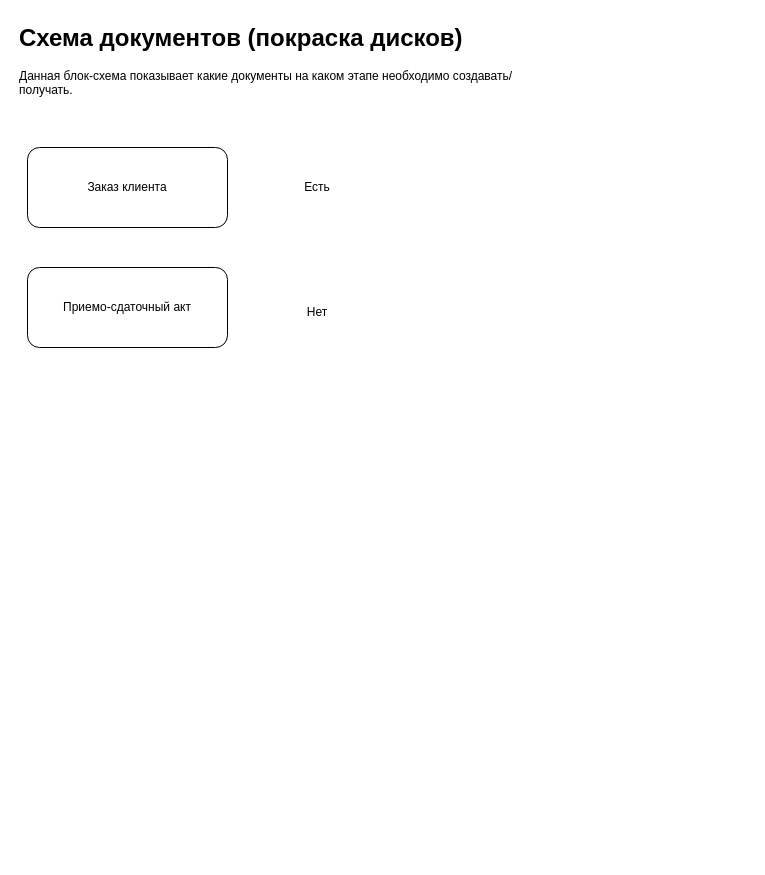
Earlier version of the draw.io diagram Untitled Diagram.drawio (iLimberg/BlackTyres). Source tidied: cells renumbered, new cells numbered last; positions are measured from the earlier drawing's top-left corner, leaving out a move shared by most shapes. Both pictures are drawn from the tidied source at 100%, with x=0, y=0 at pixel (17, 17).
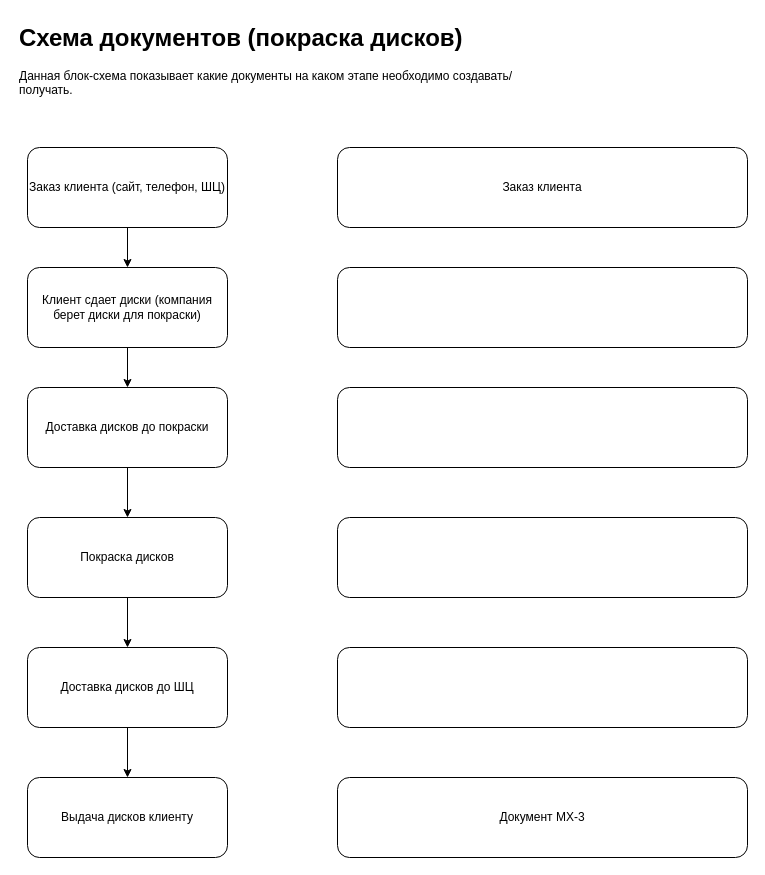
The same diagram, later.

Diff of the diagram source:
```diff
@@
 <mxGraphModel>
   <root>
     <mxCell id="0" />
     <mxCell id="1" parent="0" />
     <mxCell id="2" value="&lt;h1 style=&quot;margin-top: 0px;&quot;&gt;Схема документов (покраска дисков)&lt;/h1&gt;&lt;p&gt;Данная блок-схема показывает какие документы на каком этапе необходимо создавать/получать.&lt;/p&gt;" style="text;html=1;whiteSpace=wrap;overflow=hidden;rounded=0;" parent="1" vertex="1">
       <mxGeometry width="500" height="90" as="geometry" />
     </mxCell>
+    <mxCell id="7" style="edgeStyle=orthogonalEdgeStyle;rounded=0;jettySize=auto;html=1;" parent="1" edge="1" source="3" target="4">
+      <mxGeometry relative="1" as="geometry" />
+    </mxCell>
-    <mxCell id="3" value="Заказ клиента" style="rounded=1;whiteSpace=wrap;html=1;" parent="1" vertex="1">
+    <mxCell id="3" value="Заказ клиента (сайт, телефон, ШЦ)" style="rounded=1;whiteSpace=wrap;html=1;" parent="1" vertex="1">
       <mxGeometry x="10" y="130" width="200" height="80" as="geometry" />
     </mxCell>
+    <mxCell id="8" style="edgeStyle=orthogonalEdgeStyle;rounded=0;jettySize=auto;html=1;" parent="1" edge="1" source="4" target="10">
+      <mxGeometry relative="1" as="geometry" />
+    </mxCell>
-    <mxCell id="4" value="Приемо-сдаточный акт" style="rounded=1;whiteSpace=wrap;html=1;" parent="1" vertex="1">
+    <mxCell id="4" value="Клиент сдает диски (компания берет диски для покраски)" style="rounded=1;whiteSpace=wrap;html=1;" parent="1" vertex="1">
       <mxGeometry x="10" y="250" width="200" height="80" as="geometry" />
     </mxCell>
-    <mxCell id="5" value="Есть" style="text;html=1;align=center;verticalAlign=middle;whiteSpace=wrap;rounded=0;" parent="1" vertex="1">
-      <mxGeometry x="270" y="155" width="60" height="30" as="geometry" />
-    </mxCell>
-    <mxCell id="6" value="Нет" style="text;html=1;align=center;verticalAlign=middle;whiteSpace=wrap;rounded=0;" parent="1" vertex="1">
-      <mxGeometry x="270" y="280" width="60" height="30" as="geometry" />
-    </mxCell>
+    <mxCell id="9" style="edgeStyle=orthogonalEdgeStyle;rounded=0;jettySize=auto;html=1;" parent="1" edge="1" source="10" target="12">
+      <mxGeometry relative="1" as="geometry" />
+    </mxCell>
+    <mxCell id="10" value="Доставка дисков до покраски" style="rounded=1;whiteSpace=wrap;html=1;" parent="1" vertex="1">
+      <mxGeometry x="10" y="370" width="200" height="80" as="geometry" />
+    </mxCell>
+    <mxCell id="11" style="edgeStyle=orthogonalEdgeStyle;rounded=0;jettySize=auto;html=1;" parent="1" edge="1" source="12" target="14">
+      <mxGeometry relative="1" as="geometry" />
+    </mxCell>
+    <mxCell id="12" value="Покраска дисков" style="rounded=1;whiteSpace=wrap;html=1;" parent="1" vertex="1">
+      <mxGeometry x="10" y="500" width="200" height="80" as="geometry" />
+    </mxCell>
+    <mxCell id="13" style="edgeStyle=orthogonalEdgeStyle;rounded=0;jettySize=auto;html=1;" parent="1" edge="1" source="14" target="15">
+      <mxGeometry relative="1" as="geometry" />
+    </mxCell>
+    <mxCell id="14" value="Доставка дисков до ШЦ" style="rounded=1;whiteSpace=wrap;html=1;" parent="1" vertex="1">
+      <mxGeometry x="10" y="630" width="200" height="80" as="geometry" />
+    </mxCell>
+    <mxCell id="15" value="Выдача дисков клиенту" style="rounded=1;whiteSpace=wrap;html=1;" parent="1" vertex="1">
+      <mxGeometry x="10" y="760" width="200" height="80" as="geometry" />
+    </mxCell>
+    <mxCell id="16" value="Заказ клиента" style="rounded=1;whiteSpace=wrap;html=1;" parent="1" vertex="1">
+      <mxGeometry x="320" y="130" width="410" height="80" as="geometry" />
+    </mxCell>
+    <mxCell id="17" style="rounded=1;whiteSpace=wrap;html=1;" parent="1" vertex="1">
+      <mxGeometry x="320" y="250" width="410" height="80" as="geometry" />
+    </mxCell>
+    <mxCell id="18" style="rounded=1;whiteSpace=wrap;html=1;" parent="1" vertex="1">
+      <mxGeometry x="320" y="370" width="410" height="80" as="geometry" />
+    </mxCell>
+    <mxCell id="19" style="rounded=1;whiteSpace=wrap;html=1;" parent="1" vertex="1">
+      <mxGeometry x="320" y="500" width="410" height="80" as="geometry" />
+    </mxCell>
+    <mxCell id="20" style="rounded=1;whiteSpace=wrap;html=1;" parent="1" vertex="1">
+      <mxGeometry x="320" y="630" width="410" height="80" as="geometry" />
+    </mxCell>
+    <mxCell id="21" value="Документ МХ-3" style="rounded=1;whiteSpace=wrap;html=1;" parent="1" vertex="1">
+      <mxGeometry x="320" y="760" width="410" height="80" as="geometry" />
+    </mxCell>
   </root>
 </mxGraphModel>
```
